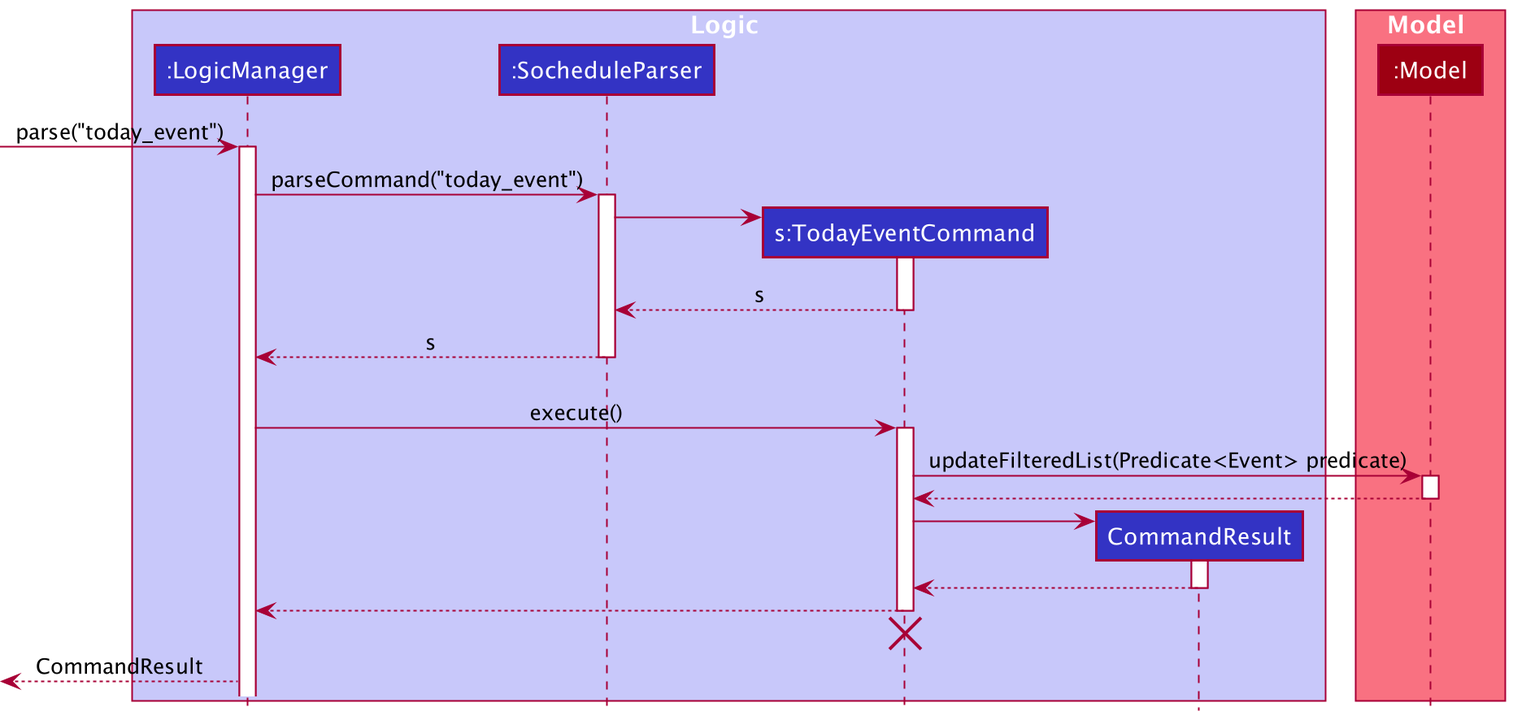
This is docs/images/TodayEventCommandSequenceDiagram.png from nus-cs2103-AY2021S2/tp, a PlantUML export, as it was before one commit.
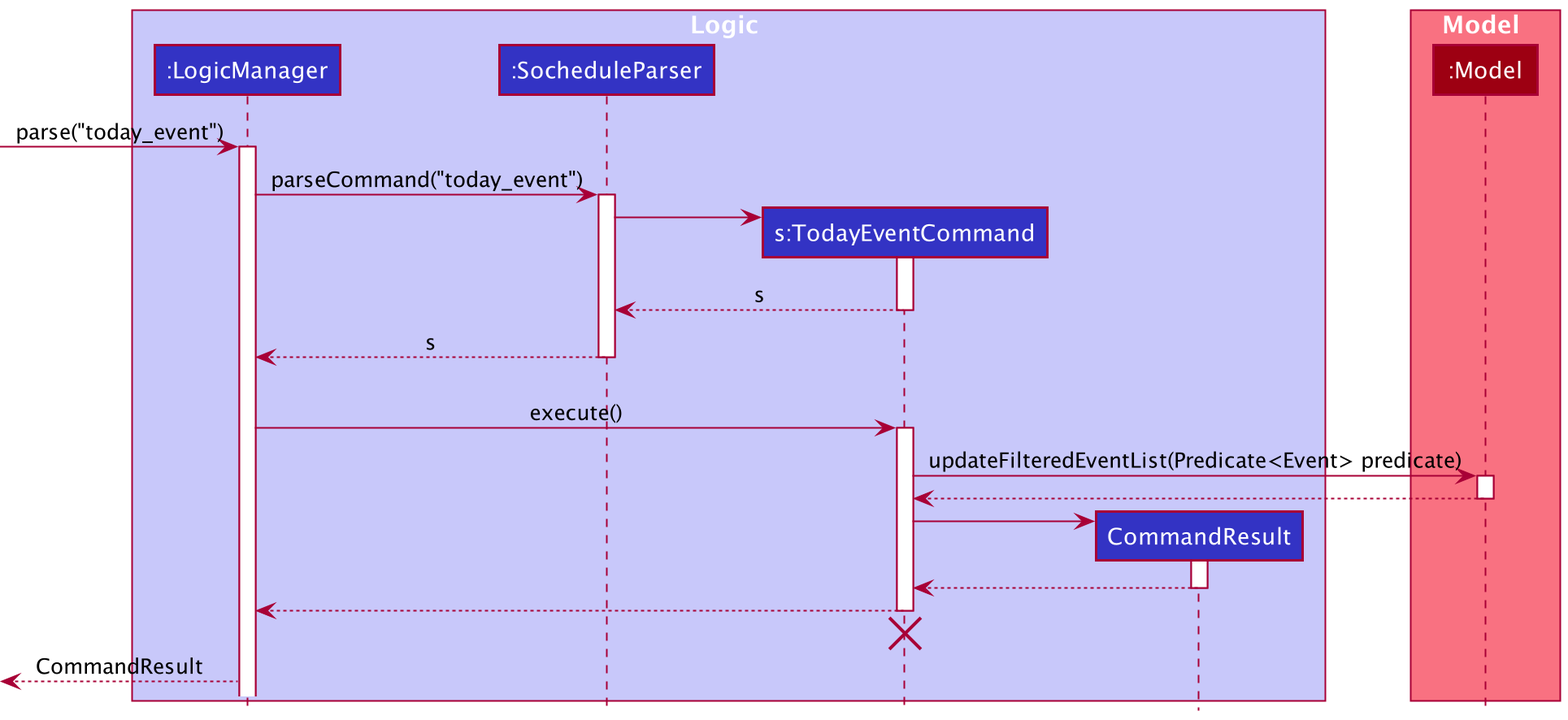
The same diagram one commit later.

Commit message:
Fix the dg bug for find_task, find_event, today_task and today_event

Diff of the diagram source:
```diff
@@ -32,7 +32,7 @@
 LogicManager -> TodayEventCommand : execute()
 activate TodayEventCommand
 
-TodayEventCommand -> Model : updateFilteredList(Predicate<Event> predicate)
+TodayEventCommand -> Model : updateFilteredEventList(Predicate<Event> predicate)
 activate Model
 TodayEventCommand <-- Model
 deactivate Model
```
